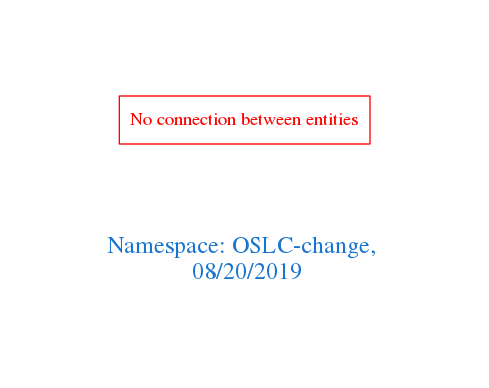
arago/OGIT keeps this Graphviz diagram as downloads/OSLC-change.png. Above is the earlier version. Its source is kept beside it as downloads/OSLC-change.dot.
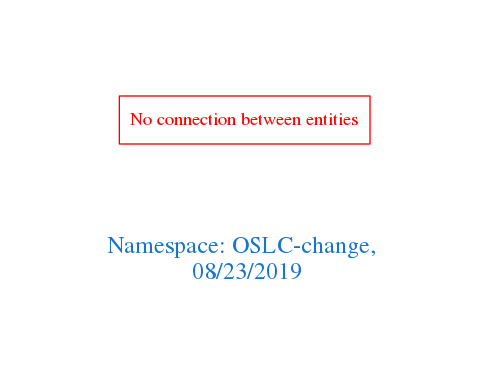
The same file after the commit.

The edit, as a diff of the source:
```diff
@@ -1,7 +1,7 @@
 digraph OGIT_ontology {
  graph [ rankdir= LR,pad=1
 fontsize = 18,
-fontcolor= dodgerblue3,label = "\n\n\nNamespace: OSLC-change, \n 08/20/2019"];
+fontcolor= dodgerblue3,label = "\n\n\nNamespace: OSLC-change, \n 08/23/2019"];
 node[shape=polygon];
 edge [  color="gray81"];
 
```
